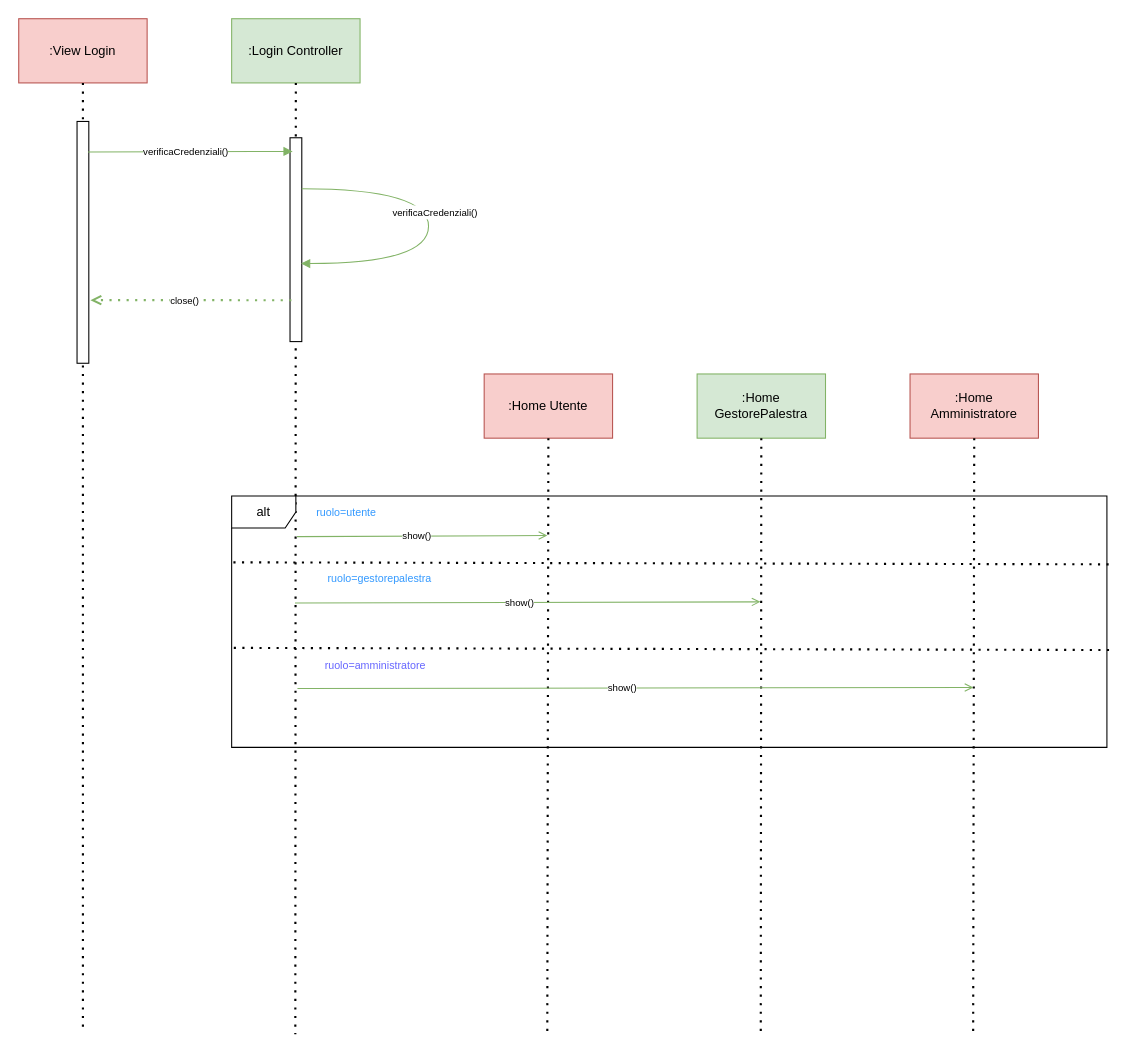
Above: Diagrammi_Package/Interazione/Login.drawio in JosephBoom02/Progetto_Ingegneria_del_Software (draw.io), before the change. Source tidied: cells renumbered, new cells numbered last; positions are measured from the earlier drawing's top-left corner, leaving out a move shared by most shapes. Both pictures are drawn from the tidied source at 107%, with x=0, y=0 at pixel (-39, 18).
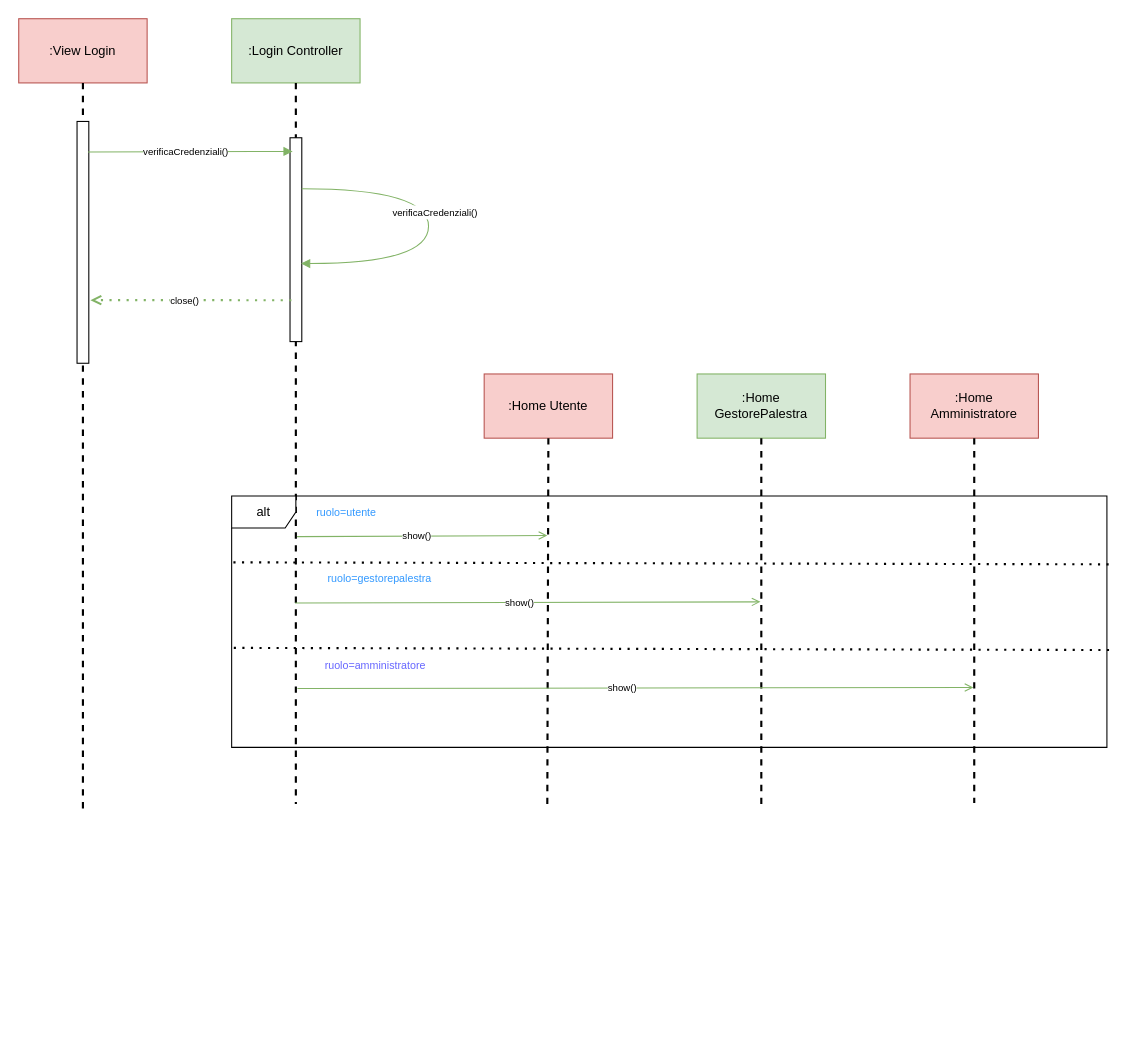
Above is the later version.

Unchanged cells that the change refers to:
```xml
<mxCell id="2" value=":View Login" style="rounded=0;whiteSpace=wrap;html=1;fillColor=#f8cecc;strokeColor=#b85450;" parent="1" vertex="1">
  <mxGeometry x="53" width="120" height="60" as="geometry" />
</mxCell>
<mxCell id="3" value=":Login Controller" style="rounded=0;whiteSpace=wrap;html=1;fillColor=#d5e8d4;strokeColor=#82b366;" parent="1" vertex="1">
  <mxGeometry x="252" width="120" height="60" as="geometry" />
</mxCell>
<mxCell id="14" value=":Home Utente" style="rounded=0;whiteSpace=wrap;html=1;fillColor=#f8cecc;strokeColor=#b85450;" parent="1" vertex="1">
  <mxGeometry x="488" y="332" width="120" height="60" as="geometry" />
</mxCell>
<mxCell id="15" value="&lt;div&gt;:Home&lt;/div&gt;&lt;div&gt;GestorePalestra&lt;br&gt;&lt;/div&gt;" style="rounded=0;whiteSpace=wrap;html=1;fillColor=#d5e8d4;strokeColor=#82b366;" parent="1" vertex="1">
  <mxGeometry x="687" y="332" width="120" height="60" as="geometry" />
</mxCell>
<mxCell id="18" value=":Home Amministratore" style="rounded=0;whiteSpace=wrap;html=1;fillColor=#f8cecc;strokeColor=#b85450;" parent="1" vertex="1">
  <mxGeometry x="886" y="332" width="120" height="60" as="geometry" />
</mxCell>
```

The edit, as a diff of the source:
```diff
@@
-    <mxCell id="4" style="endArrow=none;dashed=1;html=1;dashPattern=1 3;strokeWidth=2;rounded=0;exitX=0.5;exitY=1;exitDx=0;exitDy=0;" parent="1" edge="1" source="2">
+    <mxCell id="4" style="endArrow=none;dashed=1;html=1;strokeWidth=2;rounded=0;exitX=0.5;exitY=1;exitDx=0;exitDy=0;" parent="1" edge="1" source="2">
       <mxGeometry relative="1" as="geometry">
-        <mxPoint x="113" y="945" as="targetPoint" />
+        <mxPoint x="113" y="739" as="targetPoint" />
       </mxGeometry>
     </mxCell>
-    <mxCell id="5" style="endArrow=none;dashed=1;html=1;dashPattern=1 3;strokeWidth=2;rounded=0;" parent="1" edge="1" source="3">
+    <mxCell id="5" style="endArrow=none;dashed=1;html=1;strokeWidth=2;rounded=0;" parent="1" edge="1" source="3">
       <mxGeometry relative="1" as="geometry">
-        <mxPoint x="311.5" y="949" as="targetPoint" />
+        <mxPoint x="312" y="734" as="targetPoint" />
       </mxGeometry>
     </mxCell>
@@
-    <mxCell id="16" style="endArrow=none;dashed=1;html=1;dashPattern=1 3;strokeWidth=2;rounded=0;exitX=0.5;exitY=1;exitDx=0;exitDy=0;" parent="1" edge="1" source="14">
+    <mxCell id="16" style="endArrow=none;dashed=1;html=1;strokeWidth=2;rounded=0;exitX=0.5;exitY=1;exitDx=0;exitDy=0;" parent="1" edge="1" source="14">
       <mxGeometry relative="1" as="geometry">
-        <mxPoint x="547" y="946" as="targetPoint" />
+        <mxPoint x="547" y="736" as="targetPoint" />
       </mxGeometry>
     </mxCell>
-    <mxCell id="17" style="endArrow=none;dashed=1;html=1;dashPattern=1 3;strokeWidth=2;rounded=0;exitX=0.5;exitY=1;exitDx=0;exitDy=0;" parent="1" edge="1" source="15">
+    <mxCell id="17" style="endArrow=none;dashed=1;html=1;strokeWidth=2;rounded=0;exitX=0.5;exitY=1;exitDx=0;exitDy=0;" parent="1" edge="1" source="15">
       <mxGeometry relative="1" as="geometry">
-        <mxPoint x="746.5" y="951" as="targetPoint" />
+        <mxPoint x="747" y="735" as="targetPoint" />
       </mxGeometry>
     </mxCell>
@@
-    <mxCell id="19" style="endArrow=none;dashed=1;html=1;dashPattern=1 3;strokeWidth=2;rounded=0;exitX=0.5;exitY=1;exitDx=0;exitDy=0;" parent="1" edge="1" source="18">
+    <mxCell id="19" style="endArrow=none;dashed=1;html=1;strokeWidth=2;rounded=0;exitX=0.5;exitY=1;exitDx=0;exitDy=0;" parent="1" edge="1" source="18">
       <mxGeometry relative="1" as="geometry">
-        <mxPoint x="945" y="946" as="targetPoint" />
+        <mxPoint x="946" y="733" as="targetPoint" />
       </mxGeometry>
     </mxCell>
```
